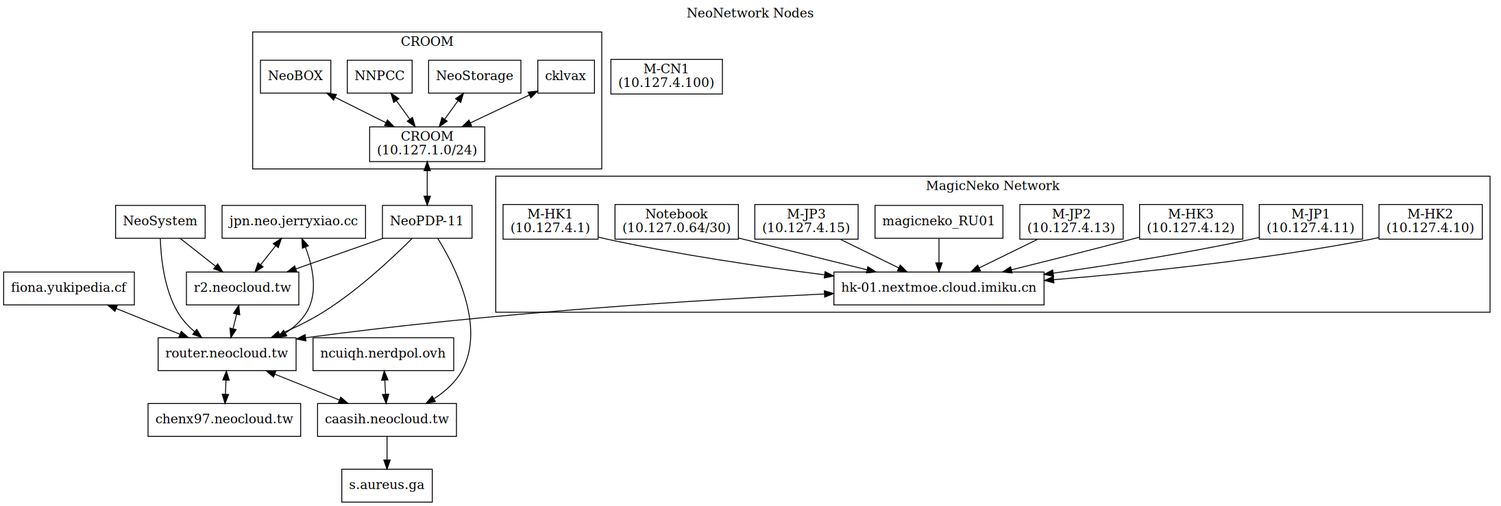
Earlier version of the Graphviz export nodes.png (NeoCloud/NeoNetwork). Its source is kept beside it as nodes.dot.
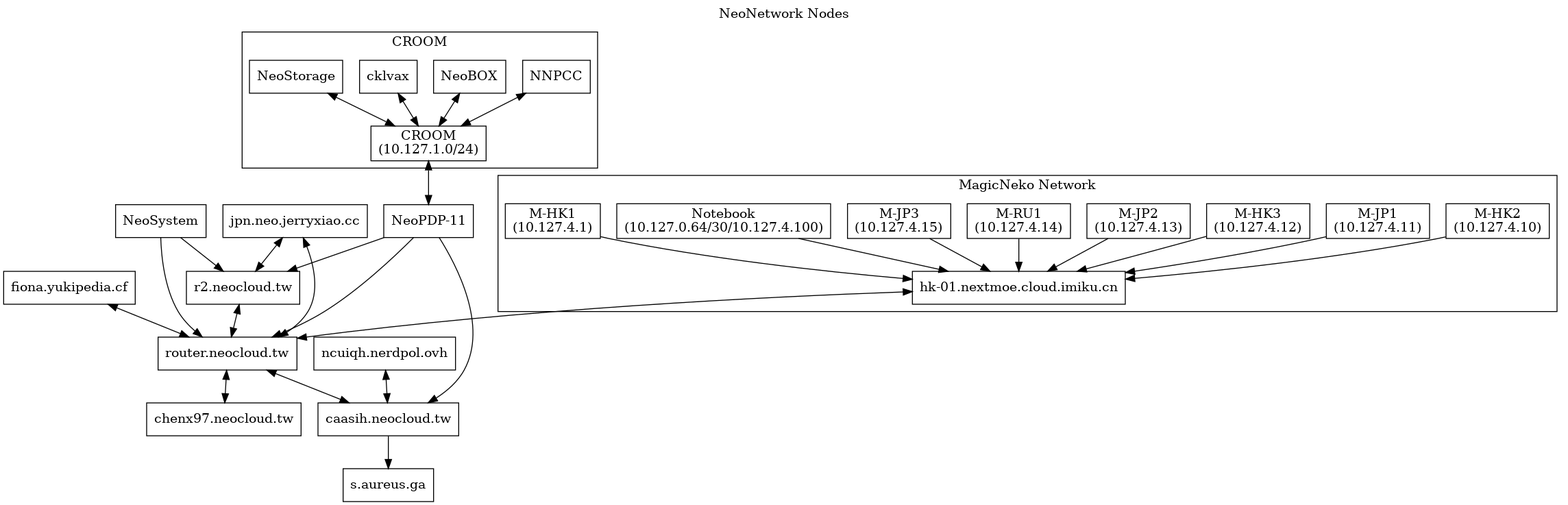
After the commit.

Diff of the diagram source:
```diff
@@ -13,15 +13,14 @@
 	fionaLHS [label="fiona.yukipedia.cf"]
 	pan [label="r2.neocloud.tw"]
 	icecat_Explosion [label="hk-01.nextmoe.cloud.imiku.cn"]
-	icecat_Notebook [label="Notebook\n(10.127.0.64/30)"]
+	icecat_Notebook [label="Notebook\n(10.127.0.64/30/10.127.4.100)"]
 	magicneko_HK01 [label="M-HK1\n(10.127.4.1)"]
 	magicneko_HK02 [label="M-HK2\n(10.127.4.10)"]
 	magicneko_JP01 [label="M-JP1\n(10.127.4.11)"]
 	magicneko_HK03 [label="M-HK3\n(10.127.4.12)"]
 	magicneko_JP02 [label="M-JP2\n(10.127.4.13)"]
-	magicneko_RU01 [lebel="M-RU1\n(10.127.4.14)"]
+	magicneko_RU01 [label="M-RU1\n(10.127.4.14)"]
 	magicneko_JP03 [label="M-JP3\n(10.127.4.15)"]
-	magicneko_CN01 [label="M-CN1\n(10.127.4.100)"]
 	staph [label="s.aureus.ga"]
 	chenx97 [label="chenx97.neocloud.tw"]
 	JerryXiao [label="jpn.neo.jerryxiao.cc"]
```
